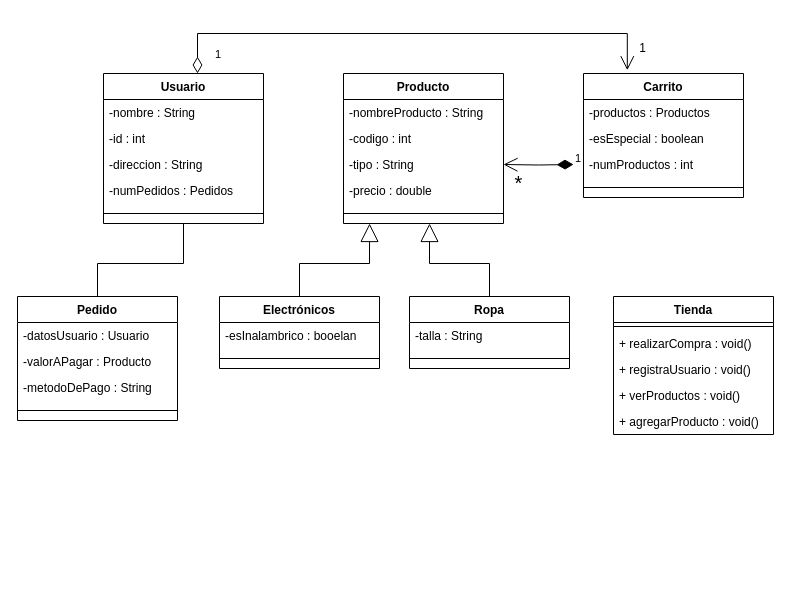
This is Practica2-VerdugoCabreraWaltherSebastian/Sistema de e-commerce.drawio from verdugong/UPS-java-POO, a draw.io file, before an edit. Source tidied: cells renumbered, new cells numbered last; positions are measured from the earlier drawing's top-left corner, leaving out a move shared by most shapes. Both pictures are drawn from the tidied source at 100%, with x=0, y=0 at pixel (17, 33).
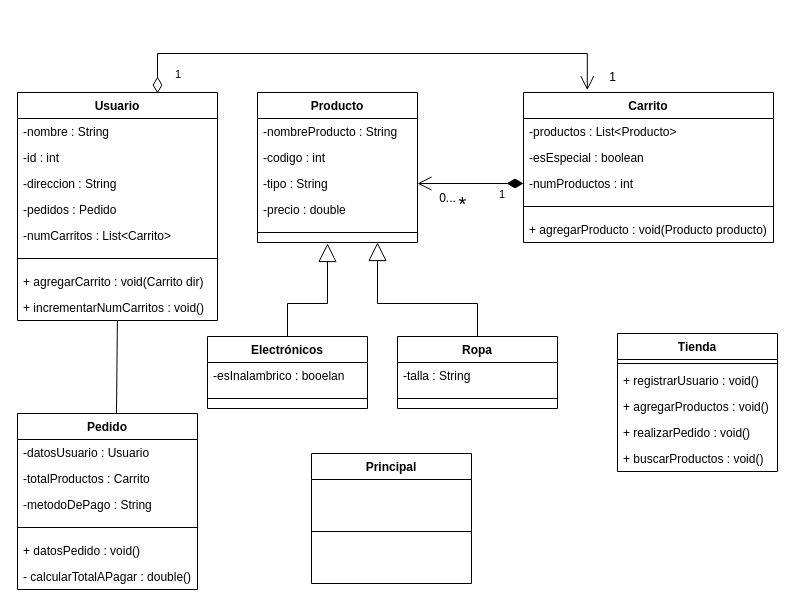
The same diagram, later.

Unchanged cells that the change refers to:
```xml
<mxCell id="11" value="-tipo : String" style="text;strokeColor=none;fillColor=none;align=left;verticalAlign=top;spacingLeft=4;spacingRight=4;overflow=hidden;points=[[0,0.5],[1,0.5]];portConstraint=eastwest;whiteSpace=wrap;html=1;" parent="8" vertex="1">
  <mxGeometry y="78" width="160" height="26" as="geometry" />
</mxCell>
<mxCell id="13" style="line;strokeWidth=1;fillColor=none;align=left;verticalAlign=middle;spacingTop=-1;spacingLeft=3;spacingRight=3;labelPosition=right;points=[];portConstraint=eastwest;strokeColor=inherit;" parent="8" vertex="1">
  <mxGeometry y="130" width="160" height="20" as="geometry" />
</mxCell>
```

The edit, as a diff of the source:
```diff
@@
     <mxCell id="2" value="Usuario" style="swimlane;fontStyle=1;align=center;verticalAlign=top;horizontal=1;startSize=26;whiteSpace=wrap;html=1;" parent="1" vertex="1">
-      <mxGeometry x="86" y="40" width="160" height="150" as="geometry" />
+      <mxGeometry y="59" width="200" height="228" as="geometry" />
     </mxCell>
     <mxCell id="3" value="-nombre : String" style="text;strokeColor=none;fillColor=none;align=left;verticalAlign=top;spacingLeft=4;spacingRight=4;overflow=hidden;whiteSpace=wrap;html=1;" parent="2" vertex="1">
-      <mxGeometry y="26" width="160" height="26" as="geometry" />
+      <mxGeometry y="26" width="200" height="26" as="geometry" />
     </mxCell>
     <mxCell id="4" value="-id : int" style="text;strokeColor=none;fillColor=none;align=left;verticalAlign=top;spacingLeft=4;spacingRight=4;overflow=hidden;whiteSpace=wrap;html=1;" parent="2" vertex="1">
-      <mxGeometry y="52" width="160" height="26" as="geometry" />
+      <mxGeometry y="52" width="200" height="26" as="geometry" />
     </mxCell>
     <mxCell id="5" value="-direccion : String" style="text;strokeColor=none;fillColor=none;align=left;verticalAlign=top;spacingLeft=4;spacingRight=4;overflow=hidden;whiteSpace=wrap;html=1;" parent="2" vertex="1">
-      <mxGeometry y="78" width="160" height="26" as="geometry" />
+      <mxGeometry y="78" width="200" height="26" as="geometry" />
     </mxCell>
-    <mxCell id="6" value="-numPedidos : Pedidos" style="text;strokeColor=none;fillColor=none;align=left;verticalAlign=top;spacingLeft=4;spacingRight=4;overflow=hidden;whiteSpace=wrap;html=1;" parent="2" vertex="1">
-      <mxGeometry y="104" width="160" height="26" as="geometry" />
+    <mxCell id="6" value="-pedidos : Pedido" style="text;strokeColor=none;fillColor=none;align=left;verticalAlign=top;spacingLeft=4;spacingRight=4;overflow=hidden;whiteSpace=wrap;html=1;" parent="2" vertex="1">
+      <mxGeometry y="104" width="200" height="26" as="geometry" />
     </mxCell>
+    <mxCell id="43" value="-numCarritos : List&amp;lt;Carrito&amp;gt;" style="text;strokeColor=none;fillColor=none;align=left;verticalAlign=top;spacingLeft=4;spacingRight=4;overflow=hidden;whiteSpace=wrap;html=1;" parent="2" vertex="1">
+      <mxGeometry y="130" width="200" height="26" as="geometry" />
+    </mxCell>
     <mxCell id="7" style="line;strokeWidth=1;fillColor=none;align=left;verticalAlign=middle;spacingTop=-1;spacingLeft=3;spacingRight=3;labelPosition=right;strokeColor=inherit;" parent="2" vertex="1">
-      <mxGeometry y="130" width="160" height="20" as="geometry" />
+      <mxGeometry y="156" width="200" height="20" as="geometry" />
     </mxCell>
+    <mxCell id="44" value="+ agregarCarrito : void(Carrito dir)" style="text;strokeColor=none;fillColor=none;align=left;verticalAlign=top;spacingLeft=4;spacingRight=4;overflow=hidden;whiteSpace=wrap;html=1;" parent="2" vertex="1">
+      <mxGeometry y="176" width="200" height="26" as="geometry" />
+    </mxCell>
+    <mxCell id="45" value="+ incrementarNumCarritos : void()" style="text;strokeColor=none;fillColor=none;align=left;verticalAlign=top;spacingLeft=4;spacingRight=4;overflow=hidden;points=[[0,0.5],[1,0.5]];portConstraint=eastwest;whiteSpace=wrap;html=1;" parent="2" vertex="1">
+      <mxGeometry y="202" width="200" height="26" as="geometry" />
+    </mxCell>
     <mxCell id="8" value="Producto" style="swimlane;fontStyle=1;align=center;verticalAlign=top;horizontal=1;startSize=26;whiteSpace=wrap;html=1;" parent="1" vertex="1">
-      <mxGeometry x="326" y="40" width="160" height="150" as="geometry" />
+      <mxGeometry x="240" y="59" width="160" height="150" as="geometry" />
     </mxCell>
@@
     <mxCell id="14" value="Carrito" style="swimlane;fontStyle=1;align=center;verticalAlign=top;horizontal=1;startSize=26;whiteSpace=wrap;html=1;" parent="1" vertex="1">
-      <mxGeometry x="566" y="40" width="160" height="124" as="geometry" />
+      <mxGeometry x="506" y="59" width="250" height="150" as="geometry" />
     </mxCell>
-    <mxCell id="15" value="-productos : Productos" style="text;strokeColor=none;fillColor=none;align=left;verticalAlign=top;spacingLeft=4;spacingRight=4;overflow=hidden;whiteSpace=wrap;html=1;" parent="14" vertex="1">
-      <mxGeometry y="26" width="160" height="26" as="geometry" />
+    <mxCell id="15" value="-productos : List&amp;lt;Producto&amp;gt;" style="text;strokeColor=none;fillColor=none;align=left;verticalAlign=top;spacingLeft=4;spacingRight=4;overflow=hidden;whiteSpace=wrap;html=1;" parent="14" vertex="1">
+      <mxGeometry y="26" width="250" height="26" as="geometry" />
     </mxCell>
     <mxCell id="16" value="-esEspecial : boolean" style="text;strokeColor=none;fillColor=none;align=left;verticalAlign=top;spacingLeft=4;spacingRight=4;overflow=hidden;whiteSpace=wrap;html=1;" parent="14" vertex="1">
-      <mxGeometry y="52" width="160" height="26" as="geometry" />
+      <mxGeometry y="52" width="250" height="26" as="geometry" />
     </mxCell>
     <mxCell id="17" value="-numProductos : int" style="text;strokeColor=none;fillColor=none;align=left;verticalAlign=top;spacingLeft=4;spacingRight=4;overflow=hidden;points=[[0,0.5],[1,0.5]];portConstraint=eastwest;whiteSpace=wrap;html=1;" parent="14" vertex="1">
-      <mxGeometry y="78" width="160" height="26" as="geometry" />
+      <mxGeometry y="78" width="250" height="26" as="geometry" />
     </mxCell>
     <mxCell id="18" style="line;strokeWidth=1;fillColor=none;align=left;verticalAlign=middle;spacingTop=-1;spacingLeft=3;spacingRight=3;labelPosition=right;strokeColor=inherit;" parent="14" vertex="1">
-      <mxGeometry y="104" width="160" height="20" as="geometry" />
+      <mxGeometry y="104" width="250" height="20" as="geometry" />
     </mxCell>
+    <mxCell id="46" value="+ agregarProducto : void(Producto producto)" style="text;strokeColor=none;fillColor=none;align=left;verticalAlign=top;spacingLeft=4;spacingRight=4;overflow=hidden;whiteSpace=wrap;html=1;" parent="14" vertex="1">
+      <mxGeometry y="124" width="250" height="26" as="geometry" />
+    </mxCell>
     <mxCell id="19" value="Pedido" style="swimlane;fontStyle=1;align=center;verticalAlign=top;horizontal=1;startSize=26;whiteSpace=wrap;html=1;" parent="1" vertex="1">
-      <mxGeometry y="263" width="160" height="124" as="geometry" />
+      <mxGeometry y="380" width="180" height="176" as="geometry" />
     </mxCell>
     <mxCell id="20" value="-datosUsuario : Usuario" style="text;strokeColor=none;fillColor=none;align=left;verticalAlign=top;spacingLeft=4;spacingRight=4;overflow=hidden;whiteSpace=wrap;html=1;" parent="19" vertex="1">
-      <mxGeometry y="26" width="160" height="26" as="geometry" />
+      <mxGeometry y="26" width="180" height="26" as="geometry" />
     </mxCell>
-    <mxCell id="21" value="-valorAPagar : Producto" style="text;strokeColor=none;fillColor=none;align=left;verticalAlign=top;spacingLeft=4;spacingRight=4;overflow=hidden;whiteSpace=wrap;html=1;" parent="19" vertex="1">
-      <mxGeometry y="52" width="160" height="26" as="geometry" />
+    <mxCell id="21" value="-totalProductos : Carrito" style="text;strokeColor=none;fillColor=none;align=left;verticalAlign=top;spacingLeft=4;spacingRight=4;overflow=hidden;whiteSpace=wrap;html=1;" parent="19" vertex="1">
+      <mxGeometry y="52" width="180" height="26" as="geometry" />
     </mxCell>
     <mxCell id="22" value="-metodoDePago : String" style="text;strokeColor=none;fillColor=none;align=left;verticalAlign=top;spacingLeft=4;spacingRight=4;overflow=hidden;whiteSpace=wrap;html=1;" parent="19" vertex="1">
-      <mxGeometry y="78" width="160" height="26" as="geometry" />
+      <mxGeometry y="78" width="180" height="26" as="geometry" />
     </mxCell>
     <mxCell id="23" style="line;strokeWidth=1;fillColor=none;align=left;verticalAlign=middle;spacingTop=-1;spacingLeft=3;spacingRight=3;labelPosition=right;strokeColor=inherit;" parent="19" vertex="1">
-      <mxGeometry y="104" width="160" height="20" as="geometry" />
+      <mxGeometry y="104" width="180" height="20" as="geometry" />
     </mxCell>
+    <mxCell id="47" value="+ datosPedido : void()" style="text;strokeColor=none;fillColor=none;align=left;verticalAlign=top;spacingLeft=4;spacingRight=4;overflow=hidden;whiteSpace=wrap;html=1;" parent="19" vertex="1">
+      <mxGeometry y="124" width="180" height="26" as="geometry" />
+    </mxCell>
+    <mxCell id="48" value="- calcularTotalAPagar : double()" style="text;strokeColor=none;fillColor=none;align=left;verticalAlign=top;spacingLeft=4;spacingRight=4;overflow=hidden;whiteSpace=wrap;html=1;" parent="19" vertex="1">
+      <mxGeometry y="150" width="180" height="26" as="geometry" />
+    </mxCell>
     <mxCell id="24" value="Tienda" style="swimlane;fontStyle=1;align=center;verticalAlign=top;horizontal=1;startSize=26;whiteSpace=wrap;html=1;" parent="1" vertex="1">
-      <mxGeometry x="596" y="263" width="160" height="138" as="geometry" />
+      <mxGeometry x="600" y="300" width="160" height="138" as="geometry" />
     </mxCell>
@@
+    <mxCell id="27" value="+ registrarUsuario : void()" style="text;strokeColor=none;fillColor=none;align=left;verticalAlign=top;spacingLeft=4;spacingRight=4;overflow=hidden;whiteSpace=wrap;html=1;" parent="24" vertex="1">
+      <mxGeometry y="34" width="160" height="26" as="geometry" />
+    </mxCell>
+    <mxCell id="29" value="+ agregarProductos : void()" style="text;strokeColor=none;fillColor=none;align=left;verticalAlign=top;spacingLeft=4;spacingRight=4;overflow=hidden;whiteSpace=wrap;html=1;" parent="24" vertex="1">
+      <mxGeometry y="60" width="160" height="26" as="geometry" />
+    </mxCell>
-    <mxCell id="26" value="+ realizarCompra : void()" style="text;strokeColor=none;fillColor=none;align=left;verticalAlign=top;spacingLeft=4;spacingRight=4;overflow=hidden;whiteSpace=wrap;html=1;" parent="24" vertex="1">
-      <mxGeometry y="34" width="160" height="26" as="geometry" />
+    <mxCell id="26" value="+ realizarPedido : void()" style="text;strokeColor=none;fillColor=none;align=left;verticalAlign=top;spacingLeft=4;spacingRight=4;overflow=hidden;whiteSpace=wrap;html=1;" parent="24" vertex="1">
+      <mxGeometry y="86" width="160" height="26" as="geometry" />
     </mxCell>
-    <mxCell id="27" value="+ registraUsuario : void()" style="text;strokeColor=none;fillColor=none;align=left;verticalAlign=top;spacingLeft=4;spacingRight=4;overflow=hidden;whiteSpace=wrap;html=1;" parent="24" vertex="1">
-      <mxGeometry y="60" width="160" height="26" as="geometry" />
-    </mxCell>
-    <mxCell id="28" value="+ verProductos : void()" style="text;strokeColor=none;fillColor=none;align=left;verticalAlign=top;spacingLeft=4;spacingRight=4;overflow=hidden;whiteSpace=wrap;html=1;" parent="24" vertex="1">
-      <mxGeometry y="86" width="160" height="26" as="geometry" />
+    <mxCell id="28" value="+ buscarProductos : void()" style="text;strokeColor=none;fillColor=none;align=left;verticalAlign=top;spacingLeft=4;spacingRight=4;overflow=hidden;whiteSpace=wrap;html=1;" parent="24" vertex="1">
+      <mxGeometry y="112" width="160" height="26" as="geometry" />
     </mxCell>
-    <mxCell id="29" value="+ agregarProducto : void()" style="text;strokeColor=none;fillColor=none;align=left;verticalAlign=top;spacingLeft=4;spacingRight=4;overflow=hidden;whiteSpace=wrap;html=1;" parent="24" vertex="1">
-      <mxGeometry y="112" width="160" height="26" as="geometry" />
-    </mxCell>
-    <mxCell id="30" style="endArrow=none;html=1;rounded=0;exitX=0.5;exitY=0;exitDx=0;exitDy=0;" parent="1" edge="1" source="19">
-      <mxGeometry relative="1" as="geometry">
-        <mxPoint x="166" y="190" as="targetPoint" />
-        <Array as="points">
-          <mxPoint x="80" y="230" />
-          <mxPoint x="166" y="230" />
-        </Array>
-      </mxGeometry>
+    <mxCell id="30" style="endArrow=none;html=1;rounded=0;exitX=0.55;exitY=0;exitDx=0;exitDy=0;exitPerimeter=0;" parent="1" edge="1" source="19" target="45">
+      <mxGeometry relative="1" as="geometry" />
     </mxCell>
-    <mxCell id="31" value="1" style="endArrow=open;html=1;endSize=12;startArrow=diamondThin;startSize=14;startFill=1;edgeStyle=orthogonalEdgeStyle;align=left;verticalAlign=bottom;rounded=0;entryX=1;entryY=0.5;entryDx=0;entryDy=0;" parent="1" edge="1" target="11">
-      <mxGeometry x="-1" y="3" relative="1" as="geometry">
-        <mxPoint x="556" y="131" as="sourcePoint" />
-      </mxGeometry>
+    <mxCell id="31" value="1" style="endArrow=open;html=1;endSize=12;startArrow=diamondThin;startSize=14;startFill=1;edgeStyle=orthogonalEdgeStyle;align=left;verticalAlign=bottom;rounded=0;entryX=1;entryY=0.5;entryDx=0;entryDy=0;exitX=0;exitY=0.5;exitDx=0;exitDy=0;" parent="1" edge="1" source="17" target="11">
+      <mxGeometry x="-0.51" y="20" relative="1" as="geometry" />
     </mxCell>
     <mxCell id="32" value="&lt;font style=&quot;font-size: 20px;&quot;&gt;*&lt;/font&gt;" style="text;html=1;align=center;verticalAlign=middle;strokeColor=none;fillColor=none;" parent="1" vertex="1">
-      <mxGeometry x="486" y="129" width="30" height="40" as="geometry" />
+      <mxGeometry x="430" y="150" width="30" height="40" as="geometry" />
     </mxCell>
     <mxCell id="33" value="1" style="endArrow=open;html=1;endSize=12;startArrow=diamondThin;startSize=14;startFill=0;edgeStyle=orthogonalEdgeStyle;align=left;verticalAlign=bottom;rounded=0;entryX=0.442;entryY=-0.027;entryDx=0;entryDy=0;entryPerimeter=0;" parent="1" edge="1">
       <mxGeometry x="-0.96" y="-16" relative="1" as="geometry">
-        <mxPoint x="180" y="40" as="sourcePoint" />
-        <mxPoint x="609.8" y="36.7" as="targetPoint" />
+        <mxPoint x="140" y="60" as="sourcePoint" />
+        <mxPoint x="569.8" y="56.7" as="targetPoint" />
         <Array as="points">
-          <mxPoint x="180" />
-          <mxPoint x="610" />
+          <mxPoint x="140" y="20" />
+          <mxPoint x="570" y="20" />
         </Array>
       </mxGeometry>
     </mxCell>
     <mxCell id="34" value="1" style="text;html=1;align=center;verticalAlign=middle;strokeColor=none;fillColor=none;" parent="1" vertex="1">
-      <mxGeometry x="610" width="30" height="30" as="geometry" />
+      <mxGeometry x="580" y="29" width="30" height="30" as="geometry" />
     </mxCell>
     <mxCell id="35" value="Electrónicos" style="swimlane;fontStyle=1;align=center;verticalAlign=top;horizontal=1;startSize=26;whiteSpace=wrap;html=1;" parent="1" vertex="1">
-      <mxGeometry x="202" y="263" width="160" height="72" as="geometry" />
+      <mxGeometry x="190" y="303" width="160" height="72" as="geometry" />
     </mxCell>
@@
     <mxCell id="38" value="Ropa" style="swimlane;fontStyle=1;align=center;verticalAlign=top;horizontal=1;startSize=26;whiteSpace=wrap;html=1;" parent="1" vertex="1">
-      <mxGeometry x="392" y="263" width="160" height="72" as="geometry" />
+      <mxGeometry x="380" y="303" width="160" height="72" as="geometry" />
     </mxCell>
@@
-    <mxCell id="41" style="endArrow=block;endSize=16;endFill=0;html=1;rounded=0;exitX=0.5;exitY=0;exitDx=0;exitDy=0;entryX=0.163;entryY=1;entryDx=0;entryDy=0;entryPerimeter=0;" parent="1" edge="1" source="35" target="13">
+    <mxCell id="41" style="endArrow=block;endSize=16;endFill=0;html=1;rounded=0;exitX=0.5;exitY=0;exitDx=0;exitDy=0;" parent="1" edge="1" source="35">
       <mxGeometry relative="1" as="geometry">
+        <mxPoint x="310" y="210" as="targetPoint" />
         <Array as="points">
-          <mxPoint x="282" y="230" />
-          <mxPoint x="352" y="230" />
+          <mxPoint x="270" y="270" />
+          <mxPoint x="310" y="270" />
         </Array>
       </mxGeometry>
     </mxCell>
-    <mxCell id="42" style="endArrow=block;endSize=16;endFill=0;html=1;rounded=0;exitX=0.5;exitY=0;exitDx=0;exitDy=0;" parent="1" edge="1" source="38">
+    <mxCell id="42" style="endArrow=block;endSize=16;endFill=0;html=1;rounded=0;exitX=0.5;exitY=0;exitDx=0;exitDy=0;entryX=0.75;entryY=1;entryDx=0;entryDy=0;" parent="1" edge="1" source="38" target="8">
       <mxGeometry relative="1" as="geometry">
-        <mxPoint x="412" y="190" as="targetPoint" />
         <Array as="points">
-          <mxPoint x="472" y="230" />
-          <mxPoint x="412" y="230" />
+          <mxPoint x="460" y="270" />
+          <mxPoint x="360" y="270" />
         </Array>
       </mxGeometry>
     </mxCell>
+    <mxCell id="49" value="0..." style="text;html=1;align=center;verticalAlign=middle;strokeColor=none;fillColor=none;" parent="1" vertex="1">
+      <mxGeometry x="410" y="150" width="40" height="30" as="geometry" />
+    </mxCell>
+    <mxCell id="50" value="Principal" style="swimlane;fontStyle=1;align=center;verticalAlign=top;horizontal=1;startSize=26;whiteSpace=wrap;html=1;" parent="1" vertex="1">
+      <mxGeometry x="294" y="420" width="160" height="130" as="geometry" />
+    </mxCell>
+    <mxCell id="51" style="line;strokeWidth=1;fillColor=none;align=left;verticalAlign=middle;spacingTop=-1;spacingLeft=3;spacingRight=3;labelPosition=right;strokeColor=inherit;" parent="50" vertex="1">
+      <mxGeometry y="26" width="160" height="104" as="geometry" />
+    </mxCell>
```
